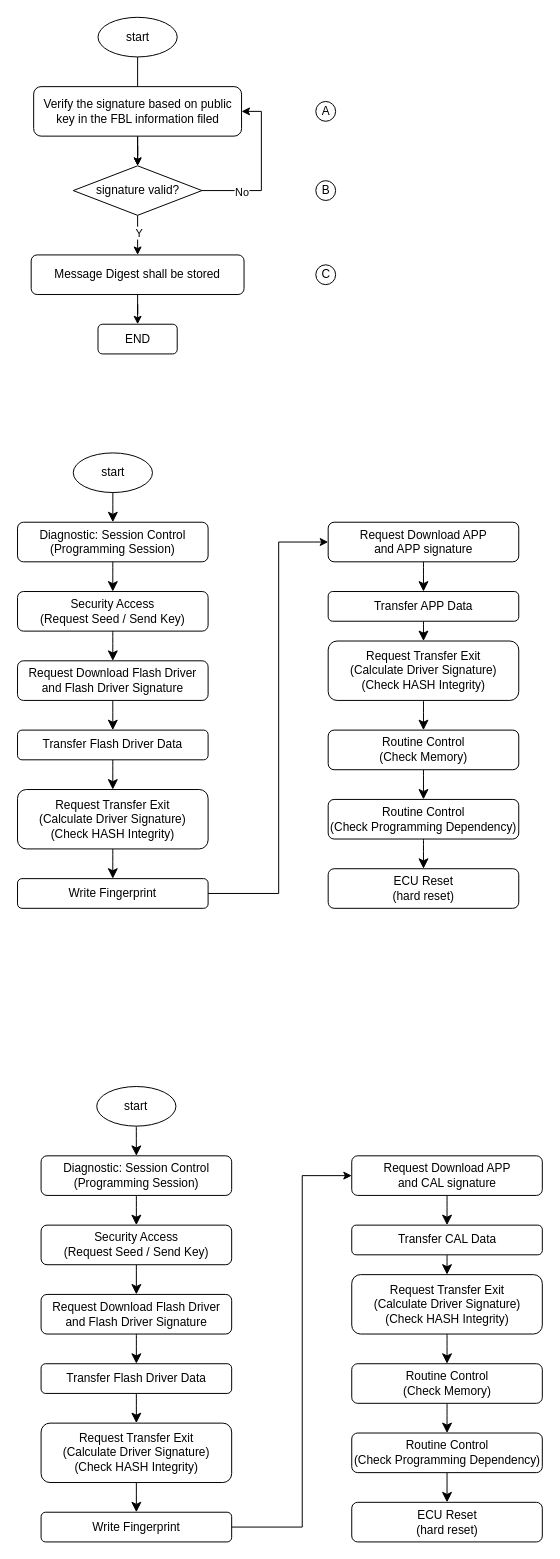
Above: Untitled Diagram.drawio in YuzhouYe/peb (draw.io), before the change. Source tidied: cells renumbered, new cells numbered last; positions are measured from the earlier drawing's top-left corner, leaving out a move shared by most shapes. Both pictures are drawn from the tidied source at 99%, with x=0, y=0 at pixel (17, 17).
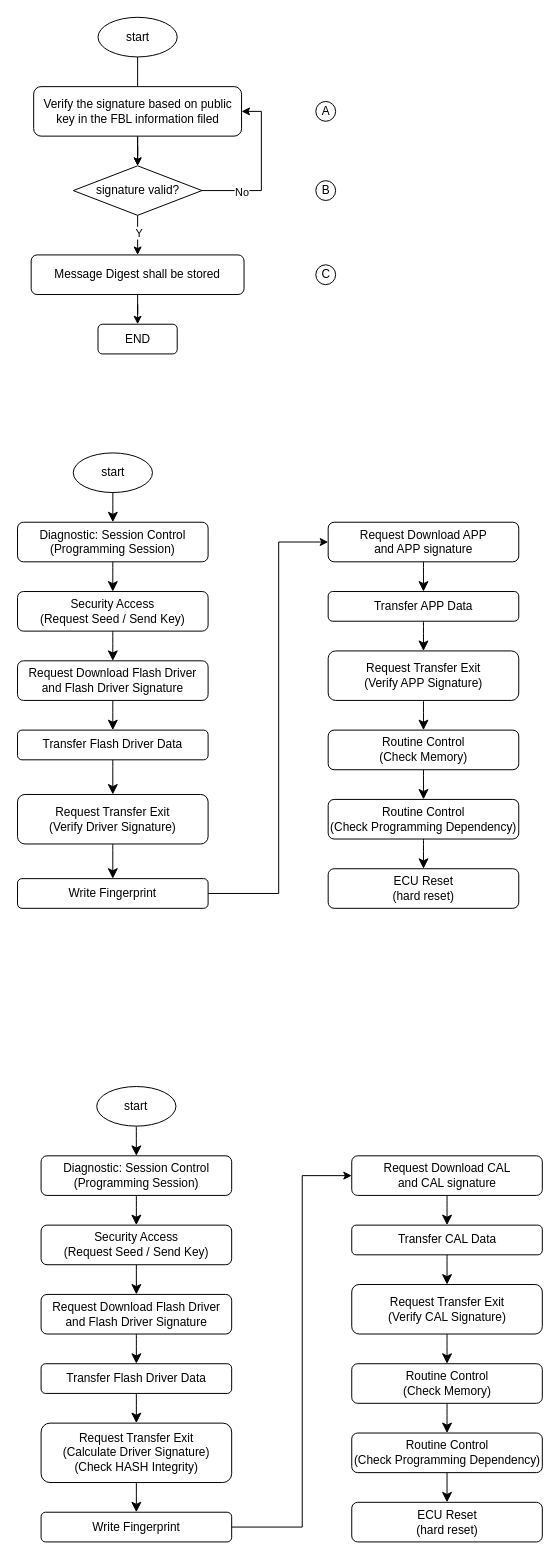
The same page after the edit.

Diff of the diagram source:
```diff
@@
-    <mxCell id="28" value="Request Transfer Exit&lt;div&gt;(Calculate Driver Signature)&lt;/div&gt;&lt;div&gt;(Check HASH Integrity)&lt;/div&gt;" style="rounded=1;whiteSpace=wrap;html=1;" parent="1" vertex="1">
-      <mxGeometry x="0.2" y="780" width="192.5" height="60" as="geometry" />
+    <mxCell id="28" value="Request Transfer Exit&lt;div&gt;(Verify Driver Signature)&lt;/div&gt;" style="rounded=1;whiteSpace=wrap;html=1;" parent="1" vertex="1">
+      <mxGeometry x="0.2" y="785" width="192.5" height="50" as="geometry" />
     </mxCell>
@@
-    <mxCell id="35" value="Request Transfer Exit&lt;div&gt;(Calculate Driver Signature)&lt;/div&gt;&lt;div&gt;(Check HASH Integrity)&lt;/div&gt;" style="rounded=1;whiteSpace=wrap;html=1;" parent="1" vertex="1">
-      <mxGeometry x="314" y="630" width="192.5" height="60" as="geometry" />
+    <mxCell id="35" value="Request Transfer Exit&lt;div&gt;(Verify APP Signature)&lt;/div&gt;" style="rounded=1;whiteSpace=wrap;html=1;" parent="1" vertex="1">
+      <mxGeometry x="314" y="640" width="192.5" height="50" as="geometry" />
     </mxCell>
@@
-    <mxCell id="56" value="Request Download APP&lt;div&gt;and CAL signature&lt;/div&gt;" style="rounded=1;whiteSpace=wrap;html=1;" parent="1" vertex="1">
+    <mxCell id="56" value="Request Download CAL&lt;div&gt;and CAL signature&lt;/div&gt;" style="rounded=1;whiteSpace=wrap;html=1;" parent="1" vertex="1">
       <mxGeometry x="337.8" y="1150" width="192.5" height="40" as="geometry" />
     </mxCell>
@@
-    <mxCell id="60" value="Request Transfer Exit&lt;div&gt;(Calculate Driver Signature)&lt;/div&gt;&lt;div&gt;(Check HASH Integrity)&lt;/div&gt;" style="rounded=1;whiteSpace=wrap;html=1;" parent="1" vertex="1">
-      <mxGeometry x="337.8" y="1270" width="192.5" height="60" as="geometry" />
+    <mxCell id="60" value="Request Transfer Exit&lt;div&gt;(Verify CAL Signature)&lt;/div&gt;" style="rounded=1;whiteSpace=wrap;html=1;" parent="1" vertex="1">
+      <mxGeometry x="337.8" y="1280" width="192.5" height="50" as="geometry" />
     </mxCell>
```
